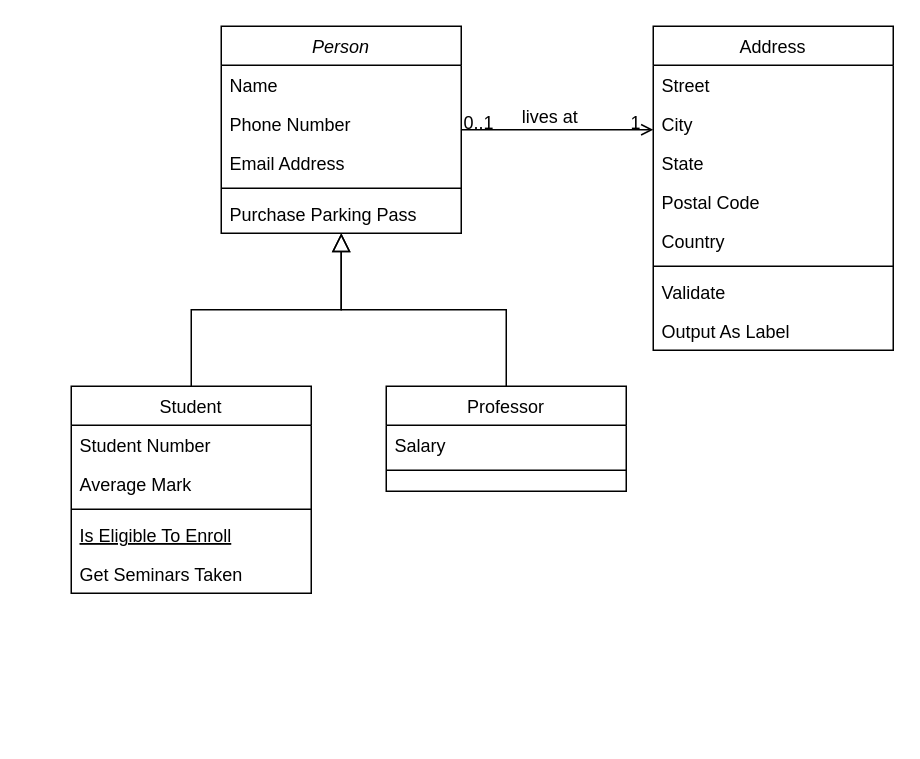
Earlier version of the draw.io diagram Untitled Diagram.drawio (ahmaddsaif/rating-management-service). Source tidied: cells renumbered, new cells numbered last; positions are measured from the earlier drawing's top-left corner, leaving out a move shared by most shapes. Both pictures are drawn from the tidied source at 150%, with x=0, y=0 at pixel (70, 26).
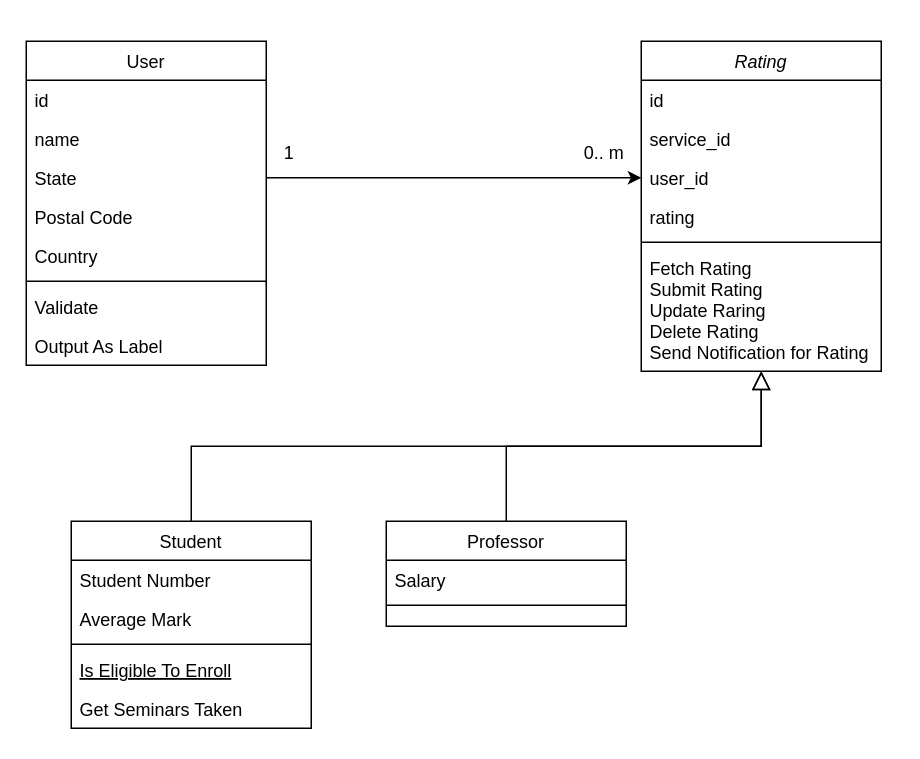
The same page after the edit.

Unchanged cells that the change refers to:
```xml
<mxCell id="22" value="State" style="text;align=left;verticalAlign=top;spacingLeft=4;spacingRight=4;overflow=hidden;points=[[0,0.5],[1,0.5]];portConstraint=eastwest;rounded=0;shadow=0;html=0;" parent="19" vertex="1">
  <mxGeometry y="78" width="160" height="26" as="geometry" />
</mxCell>
```

Diff of the diagram source:
```diff
@@
-    <mxCell id="2" value="Person" style="swimlane;fontStyle=2;align=center;verticalAlign=top;horizontal=1;startSize=26;rounded=0;shadow=0;strokeWidth=1;" parent="1" vertex="1">
-      <mxGeometry x="100" width="160" height="138" as="geometry" />
+    <mxCell id="2" value="Rating" style="swimlane;fontStyle=2;align=center;verticalAlign=top;horizontal=1;startSize=26;rounded=0;shadow=0;strokeWidth=1;" parent="1" vertex="1">
+      <mxGeometry x="380" y="10" width="160" height="220" as="geometry" />
     </mxCell>
-    <mxCell id="3" value="Name" style="text;align=left;verticalAlign=top;spacingLeft=4;spacingRight=4;overflow=hidden;" parent="2" vertex="1">
+    <mxCell id="3" value="id" style="text;align=left;verticalAlign=top;spacingLeft=4;spacingRight=4;overflow=hidden;" parent="2" vertex="1">
       <mxGeometry y="26" width="160" height="26" as="geometry" />
     </mxCell>
-    <mxCell id="4" value="Phone Number" style="text;align=left;verticalAlign=top;spacingLeft=4;spacingRight=4;overflow=hidden;rounded=0;shadow=0;html=0;" parent="2" vertex="1">
+    <mxCell id="4" value="service_id" style="text;align=left;verticalAlign=top;spacingLeft=4;spacingRight=4;overflow=hidden;rounded=0;shadow=0;html=0;" parent="2" vertex="1">
       <mxGeometry y="52" width="160" height="26" as="geometry" />
     </mxCell>
-    <mxCell id="5" value="Email Address" style="text;align=left;verticalAlign=top;spacingLeft=4;spacingRight=4;overflow=hidden;points=[[0,0.5],[1,0.5]];portConstraint=eastwest;rounded=0;shadow=0;html=0;" parent="2" vertex="1">
+    <mxCell id="5" value="user_id&#10;" style="text;align=left;verticalAlign=top;spacingLeft=4;spacingRight=4;overflow=hidden;points=[[0,0.5],[1,0.5]];portConstraint=eastwest;rounded=0;shadow=0;html=0;" parent="2" vertex="1">
       <mxGeometry y="78" width="160" height="26" as="geometry" />
     </mxCell>
+    <mxCell id="32" value="rating" style="text;align=left;verticalAlign=top;spacingLeft=4;spacingRight=4;overflow=hidden;rounded=0;shadow=0;html=0;" parent="2" vertex="1">
+      <mxGeometry y="104" width="160" height="26" as="geometry" />
+    </mxCell>
     <mxCell id="6" style="line;html=1;strokeWidth=1;align=left;verticalAlign=middle;spacingTop=-1;spacingLeft=3;spacingRight=3;labelPosition=right;" parent="2" vertex="1">
-      <mxGeometry y="104" width="160" height="8" as="geometry" />
+      <mxGeometry y="130" width="160" height="8" as="geometry" />
     </mxCell>
-    <mxCell id="7" value="Purchase Parking Pass" style="text;align=left;verticalAlign=top;spacingLeft=4;spacingRight=4;overflow=hidden;" parent="2" vertex="1">
-      <mxGeometry y="112" width="160" height="26" as="geometry" />
+    <mxCell id="7" value="Fetch Rating&#10;Submit Rating&#10;Update Raring&#10;Delete Rating&#10;Send Notification for Rating" style="text;align=left;verticalAlign=top;spacingLeft=4;spacingRight=4;overflow=hidden;" parent="2" vertex="1">
+      <mxGeometry y="138" width="160" height="82" as="geometry" />
     </mxCell>
     <mxCell id="8" value="Student" style="swimlane;fontStyle=0;align=center;verticalAlign=top;horizontal=1;startSize=26;rounded=0;shadow=0;strokeWidth=1;" parent="1" vertex="1">
-      <mxGeometry y="240" width="160" height="138" as="geometry" />
+      <mxGeometry y="330" width="160" height="138" as="geometry" />
     </mxCell>
@@
     <mxCell id="15" value="Professor" style="swimlane;fontStyle=0;align=center;verticalAlign=top;horizontal=1;startSize=26;rounded=0;shadow=0;strokeWidth=1;" parent="1" vertex="1">
-      <mxGeometry x="210" y="240" width="160" height="70" as="geometry" />
+      <mxGeometry x="210" y="330" width="160" height="70" as="geometry" />
     </mxCell>
@@
-    <mxCell id="19" value="Address" style="swimlane;fontStyle=0;align=center;verticalAlign=top;horizontal=1;startSize=26;rounded=0;shadow=0;strokeWidth=1;" parent="1" vertex="1">
-      <mxGeometry x="388" width="160" height="216" as="geometry" />
+    <mxCell id="19" value="User" style="swimlane;fontStyle=0;align=center;verticalAlign=top;horizontal=1;startSize=26;rounded=0;shadow=0;strokeWidth=1;" parent="1" vertex="1">
+      <mxGeometry x="-30" y="10" width="160" height="216" as="geometry" />
     </mxCell>
-    <mxCell id="20" value="Street" style="text;align=left;verticalAlign=top;spacingLeft=4;spacingRight=4;overflow=hidden;" parent="19" vertex="1">
+    <mxCell id="20" value="id" style="text;align=left;verticalAlign=top;spacingLeft=4;spacingRight=4;overflow=hidden;" parent="19" vertex="1">
       <mxGeometry y="26" width="160" height="26" as="geometry" />
     </mxCell>
-    <mxCell id="21" value="City" style="text;align=left;verticalAlign=top;spacingLeft=4;spacingRight=4;overflow=hidden;rounded=0;shadow=0;html=0;" parent="19" vertex="1">
+    <mxCell id="21" value="name" style="text;align=left;verticalAlign=top;spacingLeft=4;spacingRight=4;overflow=hidden;rounded=0;shadow=0;html=0;" parent="19" vertex="1">
       <mxGeometry y="52" width="160" height="26" as="geometry" />
     </mxCell>
@@
-    <mxCell id="28" style="endArrow=open;shadow=0;strokeWidth=1;rounded=0;endFill=1;edgeStyle=elbowEdgeStyle;elbow=vertical;" parent="1" edge="1" source="2" target="19">
-      <mxGeometry x="0.5" y="41" relative="1" as="geometry">
-        <mxPoint x="-40" y="32" as="offset" />
-      </mxGeometry>
-    </mxCell>
-    <mxCell id="29" value="0..1" style="align=left;verticalAlign=bottom;labelBackgroundColor=none;fontSize=12;" parent="28" vertex="1">
-      <mxGeometry x="-1" relative="1" as="geometry">
-        <mxPoint y="4" as="offset" />
-      </mxGeometry>
-    </mxCell>
+    <mxCell id="33" style="edgeStyle=orthogonalEdgeStyle;rounded=0;jettySize=auto;html=1;entryX=0;entryY=0.5;entryDx=0;entryDy=0;" parent="1" edge="1" source="22" target="5">
+      <mxGeometry relative="1" as="geometry" />
+    </mxCell>
-    <mxCell id="30" value="1" style="align=right;verticalAlign=bottom;labelBackgroundColor=none;fontSize=12;" parent="28" vertex="1">
-      <mxGeometry x="1" relative="1" as="geometry">
-        <mxPoint x="-7" y="4" as="offset" />
-      </mxGeometry>
+    <mxCell id="30" value="1" style="text;html=1;align=center;verticalAlign=middle;strokeColor=none;fillColor=none;" parent="1" vertex="1">
+      <mxGeometry x="130" y="70" width="30" height="30" as="geometry" />
     </mxCell>
-    <mxCell id="31" value="lives at" style="text;html=1;align=center;verticalAlign=middle;labelBackgroundColor=none;rounded=0;shadow=0;strokeWidth=1;fontSize=12;" parent="28" vertex="1">
-      <mxGeometry x="0.5" y="49" relative="1" as="geometry">
-        <mxPoint x="-38" y="40" as="offset" />
-      </mxGeometry>
-    </mxCell>
+    <mxCell id="34" value="0.. m" style="text;html=1;align=center;verticalAlign=middle;strokeColor=none;fillColor=none;" parent="1" vertex="1">
+      <mxGeometry x="330" y="70" width="50" height="30" as="geometry" />
+    </mxCell>
```
